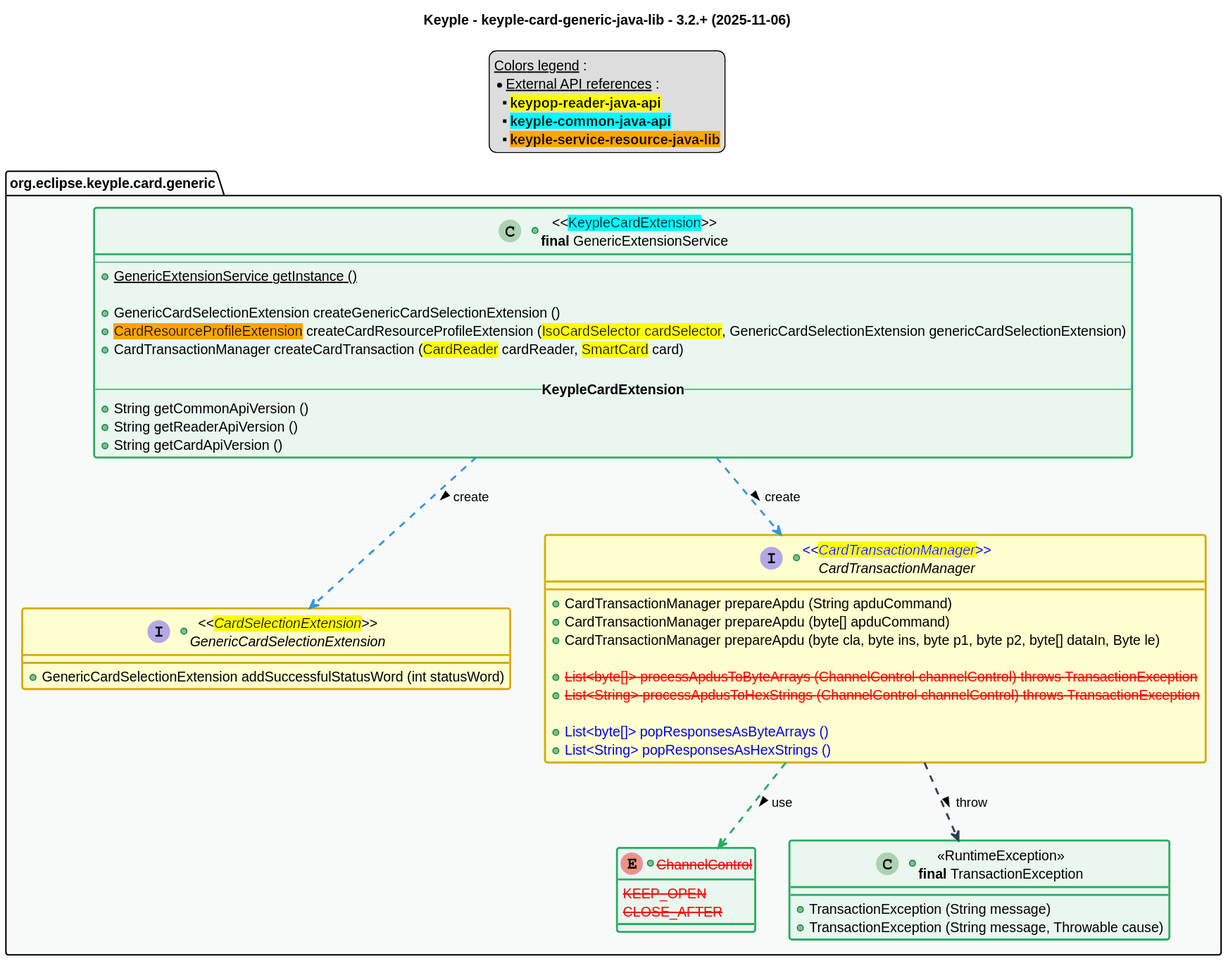
Above: src/main/uml/api_class_diagram.svg in eclipse-keyple/keyple-card-generic-java-lib (PlantUML), before the change.
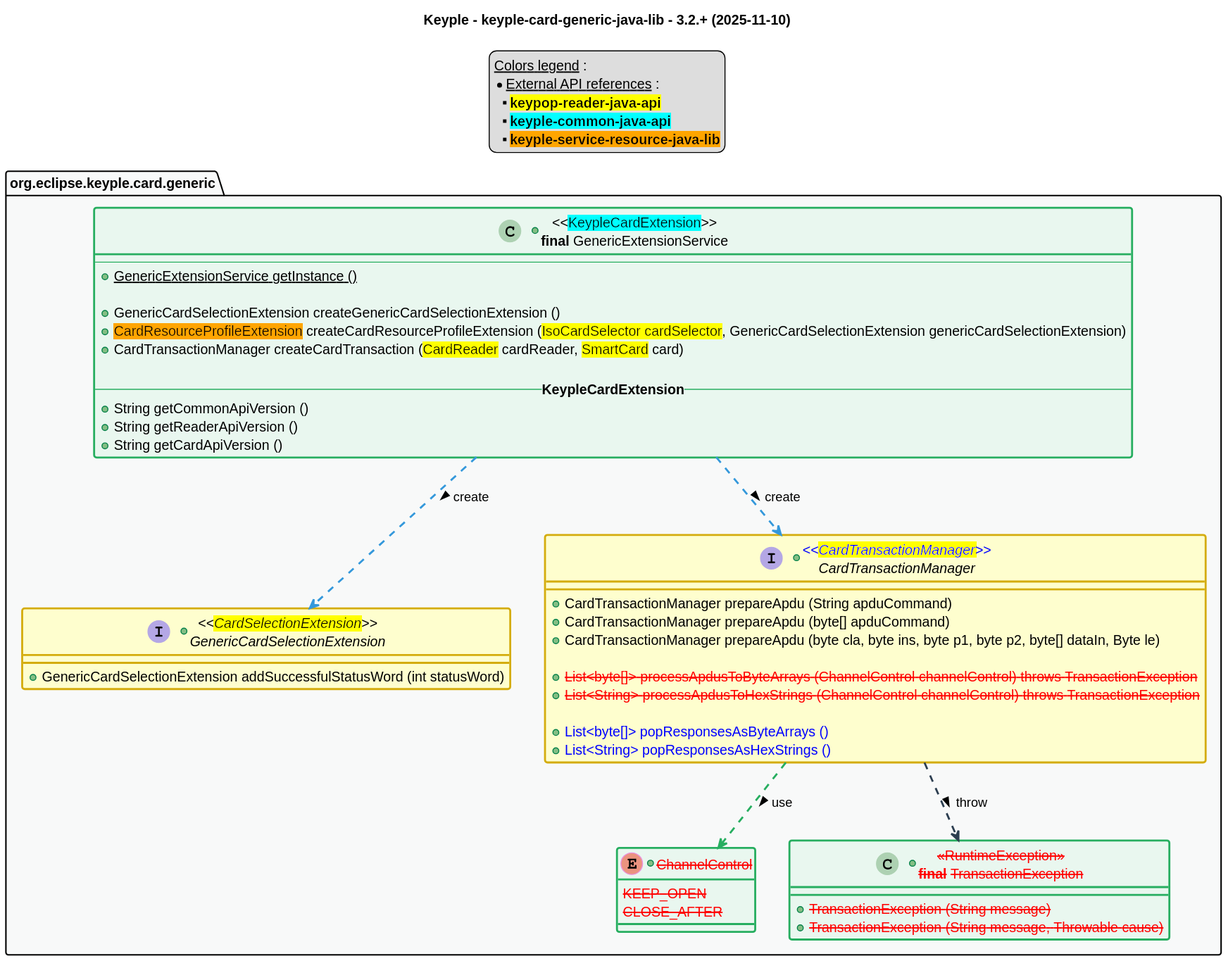
After the change.

Commit message:
feat: add custom exceptions to card transaction management

Diff of the diagram source:
```diff
@@ -1,6 +1,6 @@
 @startuml
 title
-    Keyple - keyple-card-generic-java-lib - 3.2.+ (2025-11-06)
+    Keyple - keyple-card-generic-java-lib - 3.2.+ (2025-11-10)
 end title
 
 
@@ -81,9 +81,9 @@
         <color:red><s>KEEP_OPEN
         <color:red><s>CLOSE_AFTER
     }
-    +class "<<RuntimeException>>\n**final** TransactionException" as TransactionException <<green>> {
-        +TransactionException (String message)
-        +TransactionException (String message, Throwable cause)
+    +class "<color:red><s><<RuntimeException>>\n<color:red><s>**final** TransactionException" as TransactionException <<green>> {
+        +<color:red><s>TransactionException (String message)
+        +<color:red><s>TransactionException (String message, Throwable cause)
     }
 }
 
```
